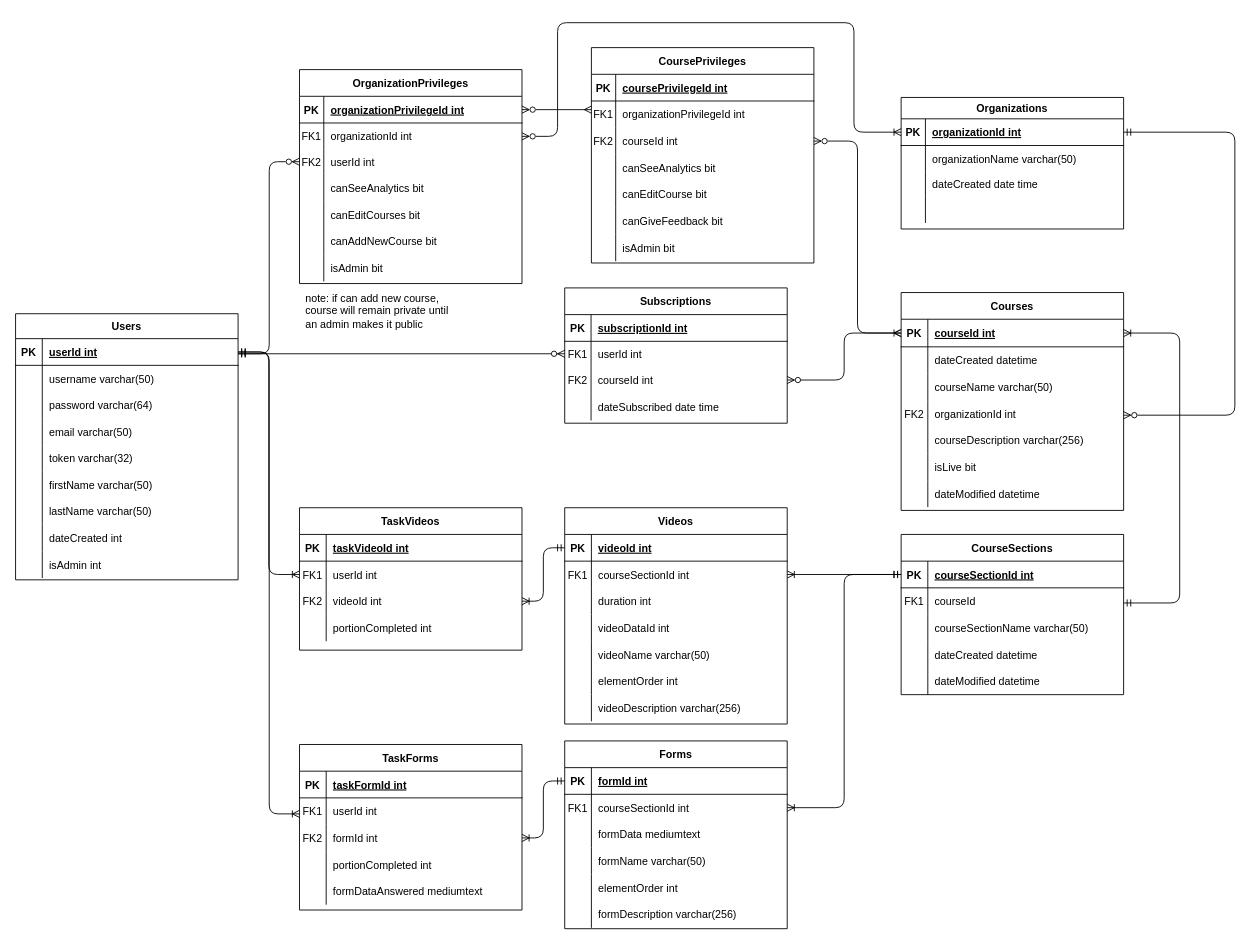
Chai112/MOOC keeps this draw.io diagram as docs/MOOC.drawio. Above is the earlier version. Source tidied: cells renumbered, new cells numbered last; positions are measured from the earlier drawing's top-left corner, leaving out a move shared by most shapes. Both pictures are drawn from the tidied source at 89%, with x=0, y=0 at pixel (15, 22).
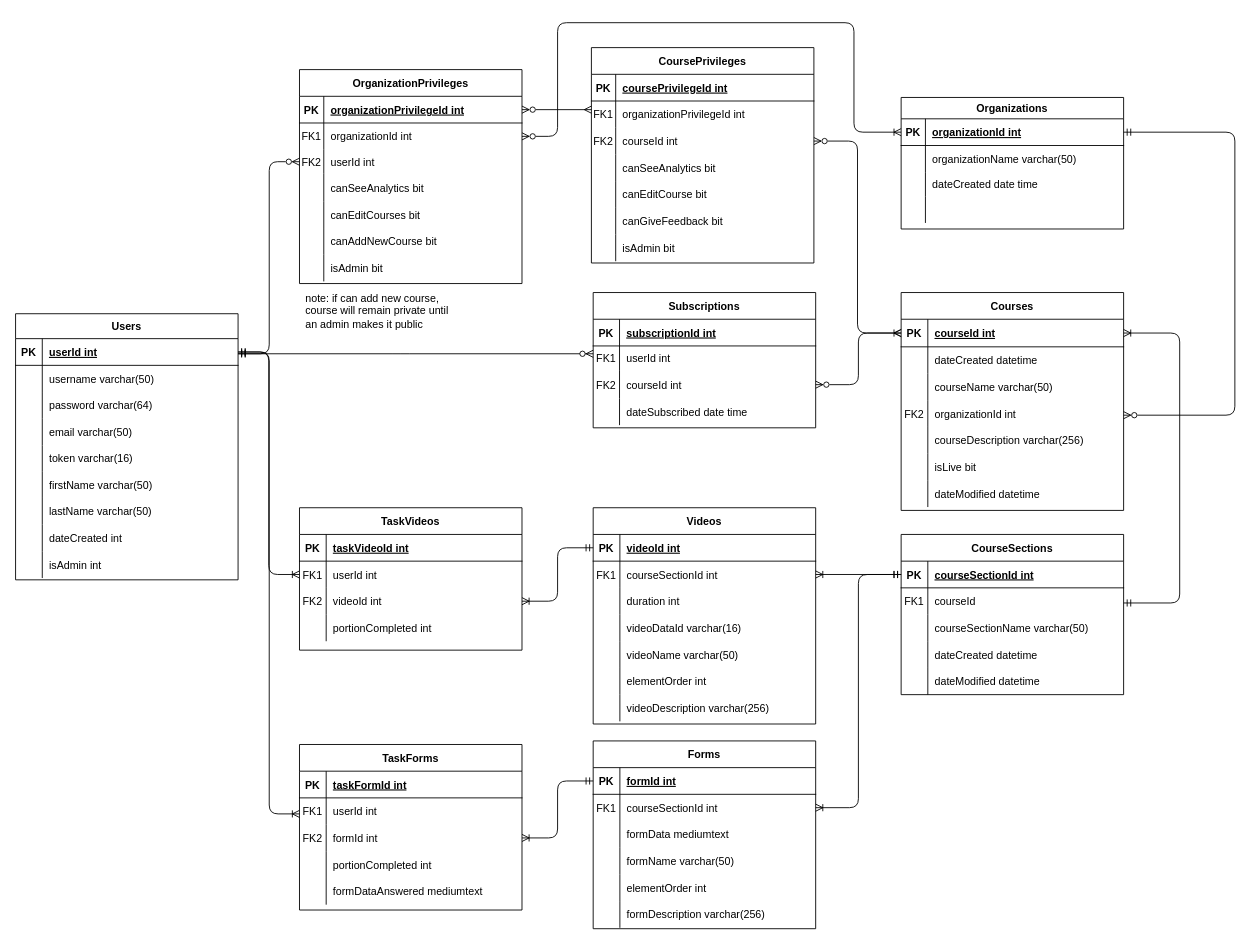
Above is the later version.

Unchanged cells that the change refers to:
```xml
<mxCell id="52" style="shape=partialRectangle;fillColor=none;top=0;left=0;right=0;bottom=0;" parent="39" vertex="1">
  <mxGeometry y="148" width="250" height="29" as="geometry" />
</mxCell>
<mxCell id="77" style="shape=partialRectangle;fillColor=none;top=0;left=0;right=0;bottom=0;" parent="67" vertex="1">
  <mxGeometry y="120" width="250" height="30" as="geometry" />
</mxCell>
```

Change to the diagram source:
```diff
@@
     <mxCell id="4" value="Subscriptions" style="shape=table;startSize=30;childLayout=tableLayout;rowLines=0;fontStyle=1;align=center;" parent="1" vertex="1">
-      <mxGeometry x="617" y="298" width="250" height="152" as="geometry" />
+      <mxGeometry x="649" y="303.2" width="250" height="152" as="geometry" />
     </mxCell>
@@
-    <mxCell id="54" value="token varchar(32)" style="shape=partialRectangle;overflow=hidden;fillColor=none;top=0;left=0;bottom=0;right=0;align=left;spacingLeft=6;" parent="52" vertex="1">
+    <mxCell id="54" value="token varchar(16)" style="shape=partialRectangle;overflow=hidden;fillColor=none;top=0;left=0;bottom=0;right=0;align=left;spacingLeft=6;" parent="52" vertex="1">
       <mxGeometry x="30" width="220" height="29" as="geometry" />
     </mxCell>
@@
     <mxCell id="67" value="Videos" style="shape=table;startSize=30;childLayout=tableLayout;rowLines=0;fontStyle=1;align=center;" parent="1" vertex="1">
-      <mxGeometry x="617" y="545" width="250" height="243" as="geometry" />
+      <mxGeometry x="649" y="545" width="250" height="243" as="geometry" />
     </mxCell>
@@
-    <mxCell id="79" value="videoDataId int" style="shape=partialRectangle;overflow=hidden;fillColor=none;top=0;left=0;bottom=0;right=0;align=left;spacingLeft=6;" parent="77" vertex="1">
+    <mxCell id="79" value="videoDataId varchar(16)" style="shape=partialRectangle;overflow=hidden;fillColor=none;top=0;left=0;bottom=0;right=0;align=left;spacingLeft=6;" parent="77" vertex="1">
       <mxGeometry x="30" width="220" height="30" as="geometry" />
     </mxCell>
@@
     <mxCell id="107" value="Forms" style="shape=table;startSize=30;childLayout=tableLayout;rowLines=0;fontStyle=1;align=center;" parent="1" vertex="1">
-      <mxGeometry x="617" y="807" width="250" height="211" as="geometry" />
+      <mxGeometry x="649" y="807" width="250" height="211" as="geometry" />
     </mxCell>
```
